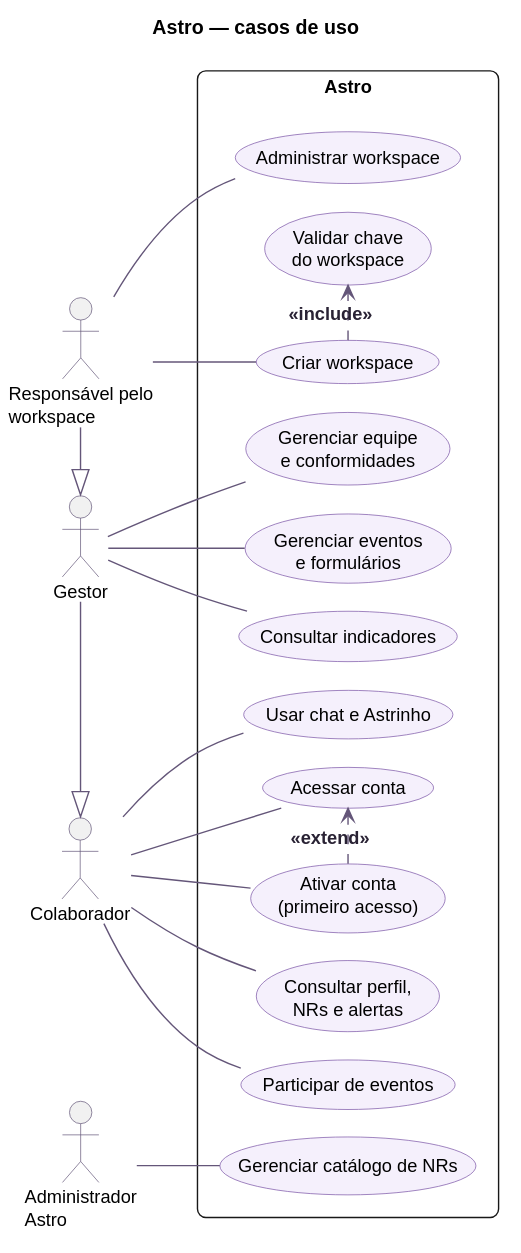
Before: diagrams/rendered/casos_de_uso.svg, a diagram exported from PlantUML (Astro-Inter/astro-eqs-diagrams).
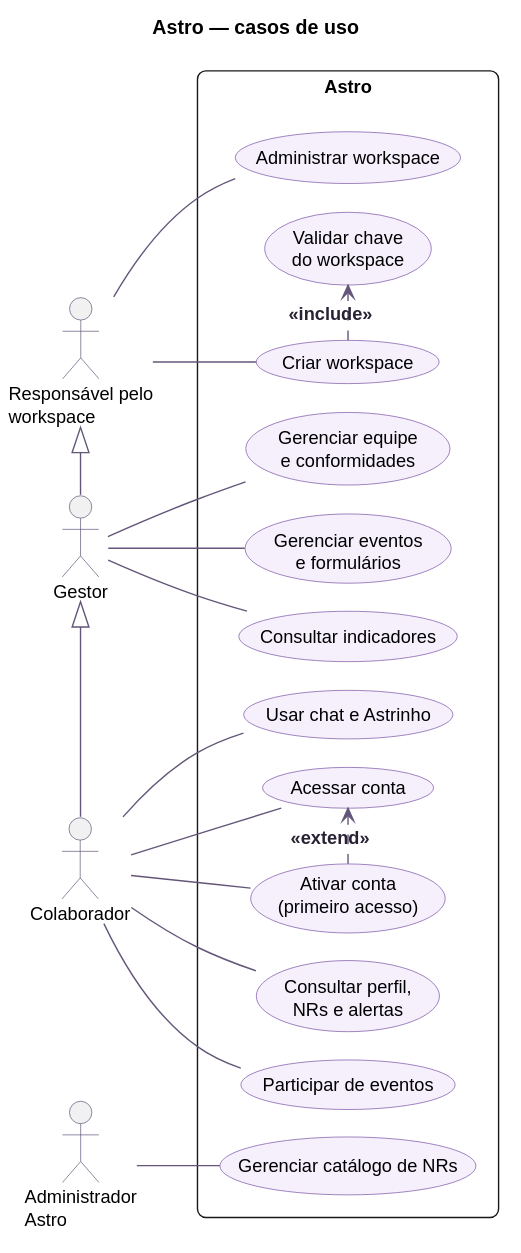
After the commit.

Commit message:
docs(SCRUM-558): inverter setas entre os atores

What changed in the source:
```diff
@@ -13,8 +13,8 @@
 actor "Gestor" as gestor
 actor "Responsável pelo\nworkspace" as responsavel
 actor "Administrador\nAstro" as admin
-colaborador <|-left- gestor
-gestor <|-left- responsavel
+colaborador -left-|> gestor
+gestor -left-|> responsavel
 
 rectangle "Astro" {
   usecase "Criar workspace" as criar
```
